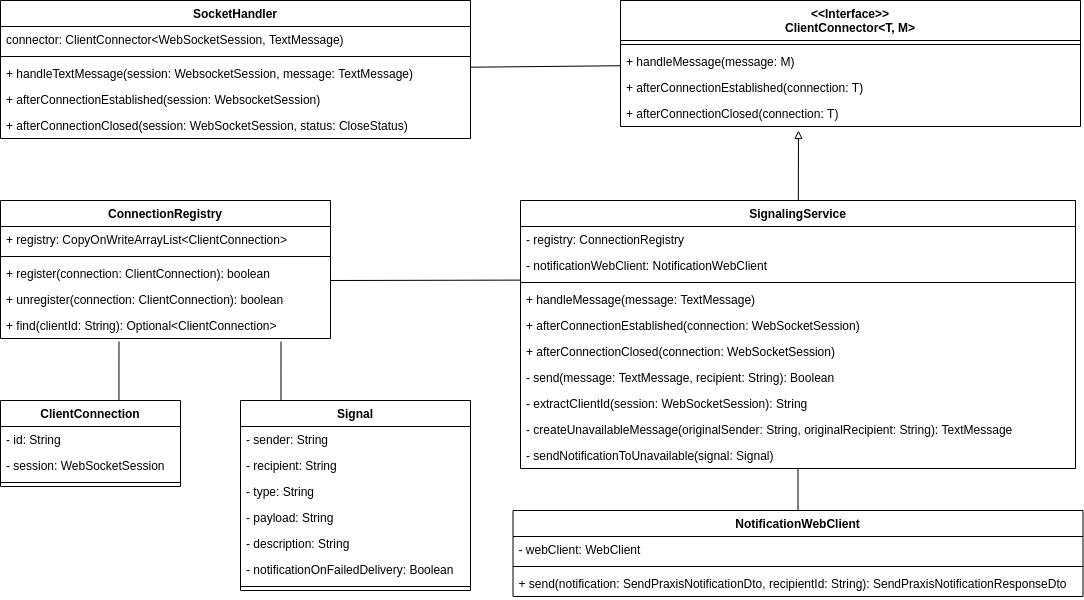
The draw.io diagram src/graphics/diagramms/Class_Intercom_Full_V01.png in jsvilling/IP6_Bachelorarbeit_Bericht_Cloudbasiertes_Praxisrufsystem, before a commit. Source tidied: cells renumbered, new cells last; positions are measured from the earlier drawing's top-left corner, leaving out a move shared by most shapes.
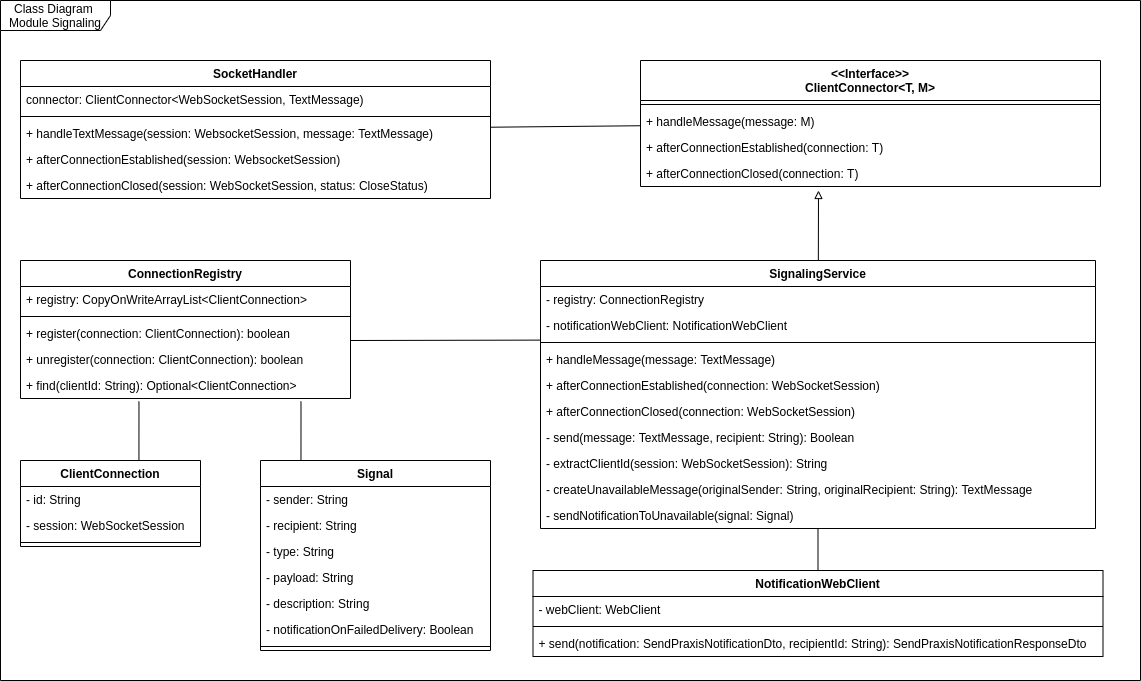
After the commit.

Commit message:
Add diagram Frames for UML

The edit, as a diff of the source:
```diff
@@ -156,5 +156,8 @@
     <mxCell id="51" style="endArrow=none;html=1;rounded=0;entryX=0.85;entryY=1.115;entryDx=0;entryDy=0;entryPerimeter=0;exitX=0.176;exitY=0.002;exitDx=0;exitDy=0;exitPerimeter=0;" parent="1" edge="1" source="43" target="31">
       <mxGeometry relative="1" as="geometry" />
     </mxCell>
+    <mxCell id="52" value="Class Diagram&amp;nbsp;&lt;br&gt;Module Signaling" style="shape=umlFrame;whiteSpace=wrap;html=1;width=110;height=30;" parent="1" vertex="1">
+      <mxGeometry x="-20" y="-60" width="1140" height="680" as="geometry" />
+    </mxCell>
   </root>
 </mxGraphModel>
```
